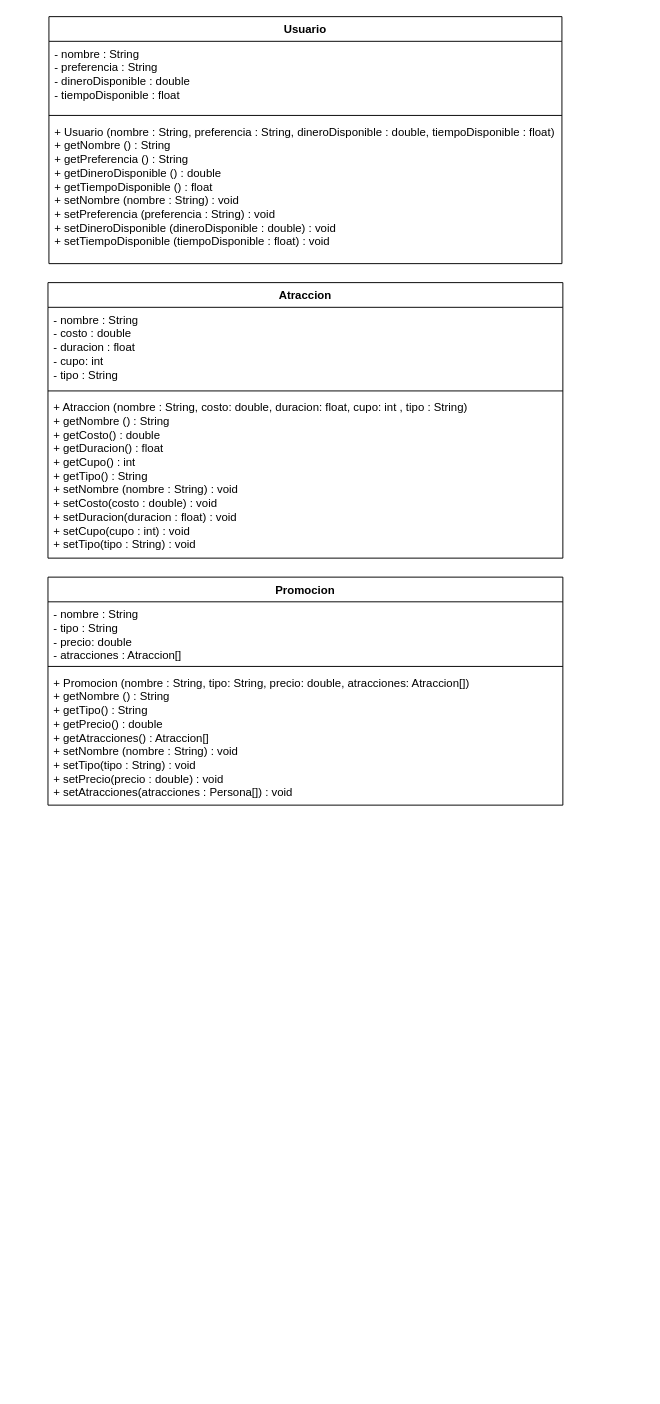
This is diagrams/UML.drawio from diego856/turismo-en-la-tierra-media, a draw.io file, before an edit. Source tidied: cells renumbered, new cells numbered last; positions are measured from the earlier drawing's top-left corner, leaving out a move shared by most shapes. Both pictures are drawn from the tidied source at 95%, with x=0, y=0 at pixel (48, 16).
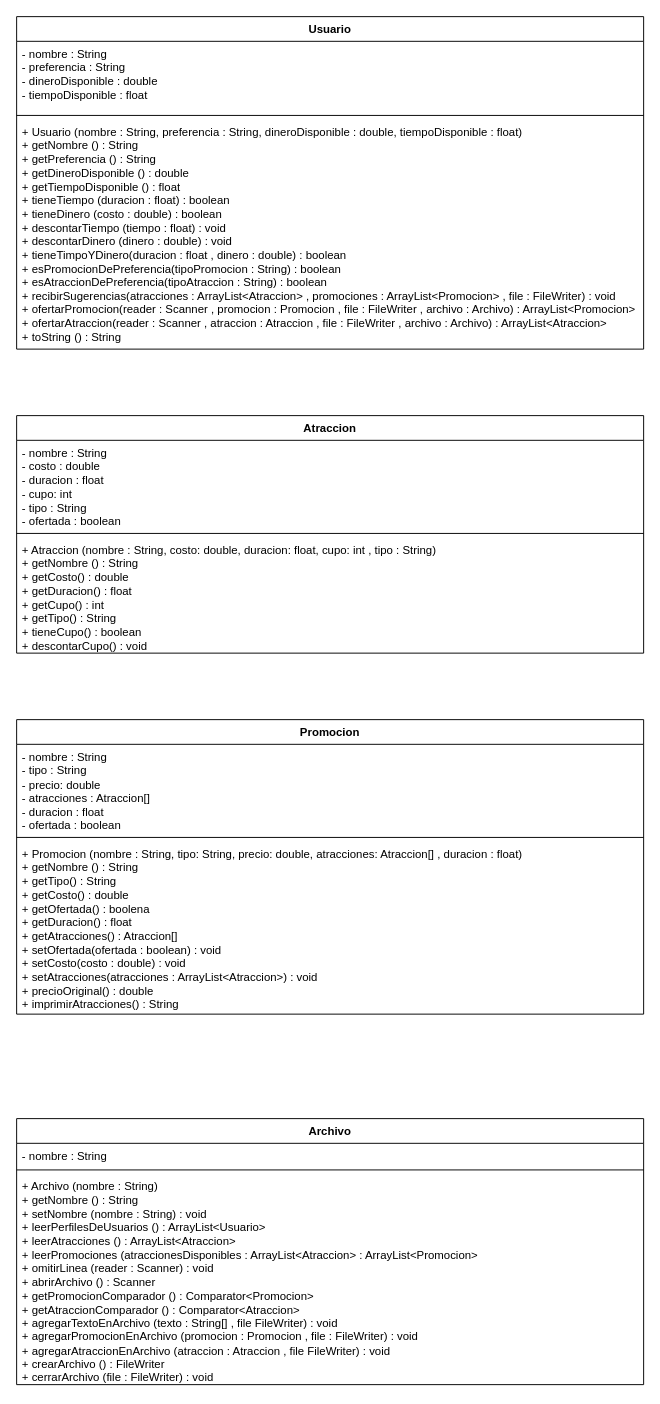
The same page after the edit.

Commit message (it also covers changes not shown here):
Diagramas de clases modificadas. Solucion de errores

Diff of the diagram source:
```diff
@@
 <mxGraphModel>
   <root>
     <mxCell id="0" />
     <mxCell id="1" parent="0" />
     <mxCell id="2" value="Usuario" style="swimlane;fontStyle=1;align=center;verticalAlign=top;horizontal=1;startSize=26;whiteSpace=wrap;html=1;" parent="1" vertex="1">
-      <mxGeometry x="1" width="540" height="260" as="geometry" />
+      <mxGeometry x="-33" width="660" height="350" as="geometry" />
     </mxCell>
     <mxCell id="3" value="- nombre : String&lt;br&gt;- preferencia : String&lt;br&gt;- dineroDisponible : double&lt;br&gt;- tiempoDisponible : float" style="text;strokeColor=none;fillColor=none;align=left;verticalAlign=top;spacingLeft=4;spacingRight=4;overflow=hidden;whiteSpace=wrap;html=1;" parent="2" vertex="1">
-      <mxGeometry y="26" width="540" height="74" as="geometry" />
+      <mxGeometry y="26" width="660" height="74" as="geometry" />
     </mxCell>
     <mxCell id="4" style="line;strokeWidth=1;fillColor=none;align=left;verticalAlign=middle;spacingTop=-1;spacingLeft=3;spacingRight=3;labelPosition=right;strokeColor=inherit;" parent="2" vertex="1">
-      <mxGeometry y="100" width="540" height="8" as="geometry" />
+      <mxGeometry y="100" width="660" height="8" as="geometry" />
     </mxCell>
-    <mxCell id="5" value="+ Usuario (nombre : String, preferencia : String, dineroDisponible : double, tiempoDisponible : float)&lt;br&gt;+ getNombre () : String&lt;br&gt;+ getPreferencia () : String&lt;br&gt;+ getDineroDisponible () : double&lt;br&gt;+ getTiempoDisponible () : float&lt;br&gt;+ setNombre (nombre : String) : void&lt;br&gt;+ setPreferencia (preferencia : String) : void&lt;br&gt;+ setDineroDisponible (dineroDisponible : double) : void&lt;br&gt;+ setTiempoDisponible (tiempoDisponible : float) : void" style="text;strokeColor=none;fillColor=none;align=left;verticalAlign=top;spacingLeft=4;spacingRight=4;overflow=hidden;whiteSpace=wrap;html=1;" parent="2" vertex="1">
-      <mxGeometry y="108" width="540" height="152" as="geometry" />
+    <mxCell id="5" value="+ Usuario (nombre : String, preferencia : String, dineroDisponible : double, tiempoDisponible : float)&lt;br&gt;+ getNombre () : String&lt;br&gt;+ getPreferencia () : String&lt;br&gt;+ getDineroDisponible () : double&lt;br&gt;+ getTiempoDisponible () : float&lt;br&gt;+ tieneTiempo (duracion : float) : boolean&lt;br&gt;+ tieneDinero (costo : double) : boolean&lt;br&gt;+ descontarTiempo (tiempo : float) : void&lt;br&gt;+ descontarDinero (dinero : double) : void&lt;br&gt;+ tieneTimpoYDinero(duracion : float , dinero : double) : boolean&lt;br&gt;+ esPromocionDePreferencia(tipoPromocion : String) : boolean&lt;br&gt;+ esAtraccionDePreferencia(tipoAtraccion : String) : boolean&lt;br&gt;+ recibirSugerencias(atracciones : ArrayList&amp;lt;Atraccion&amp;gt; , promociones : ArrayList&amp;lt;Promocion&amp;gt; , file : FileWriter) : void&lt;br&gt;+ ofertarPromocion(reader : Scanner , promocion : Promocion , file : FileWriter , archivo : Archivo) : ArrayList&amp;lt;Promocion&amp;gt;&lt;br&gt;+ ofertarAtraccion(reader : Scanner , atraccion : Atraccion , file : FileWriter , archivo : Archivo) : ArrayList&amp;lt;Atraccion&amp;gt;&lt;br&gt;+ toString () : String" style="text;strokeColor=none;fillColor=none;align=left;verticalAlign=top;spacingLeft=4;spacingRight=4;overflow=hidden;whiteSpace=wrap;html=1;" parent="2" vertex="1">
+      <mxGeometry y="108" width="660" height="242" as="geometry" />
     </mxCell>
     <mxCell id="6" value="Atraccion" style="swimlane;fontStyle=1;align=center;verticalAlign=top;horizontal=1;startSize=26;whiteSpace=wrap;html=1;" parent="1" vertex="1">
-      <mxGeometry y="280" width="542" height="290" as="geometry" />
+      <mxGeometry x="-33" y="420" width="660" height="250" as="geometry" />
     </mxCell>
-    <mxCell id="7" value="- nombre : String&lt;br&gt;- costo : double&lt;br&gt;- duracion : float&lt;br&gt;- cupo: int&lt;br&gt;- tipo : String" style="text;strokeColor=none;fillColor=none;align=left;verticalAlign=top;spacingLeft=4;spacingRight=4;overflow=hidden;whiteSpace=wrap;html=1;" parent="6" vertex="1">
-      <mxGeometry y="26" width="542" height="84" as="geometry" />
+    <mxCell id="7" value="- nombre : String&lt;br&gt;- costo : double&lt;br&gt;- duracion : float&lt;br&gt;- cupo: int&lt;br&gt;- tipo : String&lt;br&gt;- ofertada : boolean" style="text;strokeColor=none;fillColor=none;align=left;verticalAlign=top;spacingLeft=4;spacingRight=4;overflow=hidden;whiteSpace=wrap;html=1;" parent="6" vertex="1">
+      <mxGeometry y="26" width="660" height="94" as="geometry" />
     </mxCell>
     <mxCell id="8" style="line;strokeWidth=1;fillColor=none;align=left;verticalAlign=middle;spacingTop=-1;spacingLeft=3;spacingRight=3;labelPosition=right;strokeColor=inherit;" parent="6" vertex="1">
-      <mxGeometry y="110" width="542" height="8" as="geometry" />
+      <mxGeometry y="120" width="660" height="8" as="geometry" />
     </mxCell>
-    <mxCell id="9" value="+ Atraccion (nombre : String, costo: double, duracion: float, cupo: int , tipo : String)&lt;br&gt;+ getNombre () : String&lt;br&gt;+ getCosto() : double&lt;br&gt;+ getDuracion() : float&lt;br&gt;+ getCupo() : int&lt;br&gt;+ getTipo() : String&lt;br&gt;+ setNombre (nombre : String) : void&lt;br&gt;+ setCosto(costo : double) : void&lt;br&gt;+ setDuracion(duracion : float) : void&lt;br&gt;+ setCupo(cupo : int) : void&lt;br&gt;+ setTipo(tipo : String) : void" style="text;strokeColor=none;fillColor=none;align=left;verticalAlign=top;spacingLeft=4;spacingRight=4;overflow=hidden;whiteSpace=wrap;html=1;" parent="6" vertex="1">
-      <mxGeometry y="118" width="542" height="172" as="geometry" />
+    <mxCell id="9" value="+ Atraccion (nombre : String, costo: double, duracion: float, cupo: int , tipo : String)&lt;br&gt;+ getNombre () : String&lt;br&gt;+ getCosto() : double&lt;br&gt;+ getDuracion() : float&lt;br&gt;+ getCupo() : int&lt;br&gt;+ getTipo() : String&lt;br&gt;+ tieneCupo() : boolean&lt;br&gt;+ descontarCupo() : void" style="text;strokeColor=none;fillColor=none;align=left;verticalAlign=top;spacingLeft=4;spacingRight=4;overflow=hidden;whiteSpace=wrap;html=1;" parent="6" vertex="1">
+      <mxGeometry y="128" width="660" height="122" as="geometry" />
     </mxCell>
     <mxCell id="10" value="Promocion" style="swimlane;fontStyle=1;align=center;verticalAlign=top;horizontal=1;startSize=26;whiteSpace=wrap;html=1;" parent="1" vertex="1">
-      <mxGeometry y="590" width="542" height="240" as="geometry" />
+      <mxGeometry x="-33" y="740" width="660" height="310" as="geometry" />
     </mxCell>
-    <mxCell id="11" value="- nombre : String&lt;br&gt;- tipo : String&lt;br&gt;- precio: double&lt;br&gt;- atracciones : Atraccion[]" style="text;strokeColor=none;fillColor=none;align=left;verticalAlign=top;spacingLeft=4;spacingRight=4;overflow=hidden;whiteSpace=wrap;html=1;" parent="10" vertex="1">
-      <mxGeometry y="26" width="542" height="64" as="geometry" />
+    <mxCell id="11" value="- nombre : String&lt;br&gt;- tipo : String&lt;br&gt;- precio: double&lt;br&gt;- atracciones : Atraccion[]&lt;br&gt;- duracion : float&lt;br&gt;- ofertada : boolean" style="text;strokeColor=none;fillColor=none;align=left;verticalAlign=top;spacingLeft=4;spacingRight=4;overflow=hidden;whiteSpace=wrap;html=1;" parent="10" vertex="1">
+      <mxGeometry y="26" width="660" height="94" as="geometry" />
     </mxCell>
     <mxCell id="12" style="line;strokeWidth=1;fillColor=none;align=left;verticalAlign=middle;spacingTop=-1;spacingLeft=3;spacingRight=3;labelPosition=right;strokeColor=inherit;" parent="10" vertex="1">
-      <mxGeometry y="90" width="542" height="8" as="geometry" />
+      <mxGeometry y="120" width="660" height="8" as="geometry" />
     </mxCell>
-    <mxCell id="13" value="+ Promocion (nombre : String, tipo: String, precio: double, atracciones: Atraccion[])&lt;br&gt;+ getNombre () : String&lt;br&gt;+ getTipo() : String&lt;br&gt;+ getPrecio() : double&lt;br&gt;+ getAtracciones() : Atraccion[]&lt;br&gt;+ setNombre (nombre : String) : void&lt;br&gt;+ setTipo(tipo : String) : void&lt;br&gt;+ setPrecio(precio : double) : void&lt;br&gt;+ setAtracciones(atracciones : Persona[]) : void" style="text;strokeColor=none;fillColor=none;align=left;verticalAlign=top;spacingLeft=4;spacingRight=4;overflow=hidden;whiteSpace=wrap;html=1;" parent="10" vertex="1">
-      <mxGeometry y="98" width="542" height="142" as="geometry" />
+    <mxCell id="13" value="+ Promocion (nombre : String, tipo: String, precio: double, atracciones: Atraccion[] , duracion : float)&lt;br&gt;+ getNombre () : String&lt;br&gt;+ getTipo() : String&lt;br&gt;+ getCosto() : double&lt;br&gt;+ getOfertada() : boolena&lt;br&gt;+ getDuracion() : float&lt;br&gt;+ getAtracciones() : Atraccion[]&lt;br&gt;+ setOfertada(ofertada : boolean) : void&lt;br&gt;+ setCosto(costo : double) : void&lt;br&gt;+ setAtracciones(atracciones : ArrayList&amp;lt;Atraccion&amp;gt;) : void&lt;br&gt;+ precioOriginal() : double&lt;br&gt;+ imprimirAtracciones() : String" style="text;strokeColor=none;fillColor=none;align=left;verticalAlign=top;spacingLeft=4;spacingRight=4;overflow=hidden;whiteSpace=wrap;html=1;" parent="10" vertex="1">
+      <mxGeometry y="128" width="660" height="182" as="geometry" />
     </mxCell>
+    <mxCell id="14" value="Archivo" style="swimlane;fontStyle=1;align=center;verticalAlign=top;horizontal=1;startSize=26;whiteSpace=wrap;html=1;" parent="1" vertex="1">
+      <mxGeometry x="-33" y="1160" width="660" height="280" as="geometry" />
+    </mxCell>
+    <mxCell id="15" value="- nombre : String" style="text;strokeColor=none;fillColor=none;align=left;verticalAlign=top;spacingLeft=4;spacingRight=4;overflow=hidden;whiteSpace=wrap;html=1;" parent="14" vertex="1">
+      <mxGeometry y="26" width="660" height="24" as="geometry" />
+    </mxCell>
+    <mxCell id="16" style="line;strokeWidth=1;fillColor=none;align=left;verticalAlign=middle;spacingTop=-1;spacingLeft=3;spacingRight=3;labelPosition=right;strokeColor=inherit;" parent="14" vertex="1">
+      <mxGeometry y="50" width="660" height="8" as="geometry" />
+    </mxCell>
+    <mxCell id="17" value="+ Archivo (nombre : String)&lt;br&gt;+ getNombre () : String&lt;br&gt;+ setNombre (nombre : String) : void&lt;br&gt;+ leerPerfilesDeUsuarios () : ArrayList&amp;lt;Usuario&amp;gt;&lt;br&gt;+ leerAtracciones () : ArrayList&amp;lt;Atraccion&amp;gt;&lt;br&gt;+ leerPromociones (atraccionesDisponibles : ArrayList&amp;lt;Atraccion&amp;gt; : ArrayList&amp;lt;Promocion&amp;gt;&lt;br&gt;+ omitirLinea (reader : Scanner) : void&lt;br&gt;+ abrirArchivo () : Scanner&lt;br&gt;+ getPromocionComparador () : Comparator&amp;lt;Promocion&amp;gt;&lt;br&gt;+ getAtraccionComparador () : Comparator&amp;lt;Atraccion&amp;gt;&lt;br&gt;+ agregarTextoEnArchivo (texto : String[] , file FileWriter) : void&lt;br&gt;+ agregarPromocionEnArchivo (promocion : Promocion , file : FileWriter) : void&lt;br&gt;+ agregarAtraccionEnArchivo (atraccion : Atraccion , file FileWriter) : void&lt;br&gt;+ crearArchivo () : FileWriter&lt;br&gt;+ cerrarArchivo (file : FileWriter) : void" style="text;strokeColor=none;fillColor=none;align=left;verticalAlign=top;spacingLeft=4;spacingRight=4;overflow=hidden;whiteSpace=wrap;html=1;" parent="14" vertex="1">
+      <mxGeometry y="58" width="660" height="222" as="geometry" />
+    </mxCell>
   </root>
 </mxGraphModel>
```
